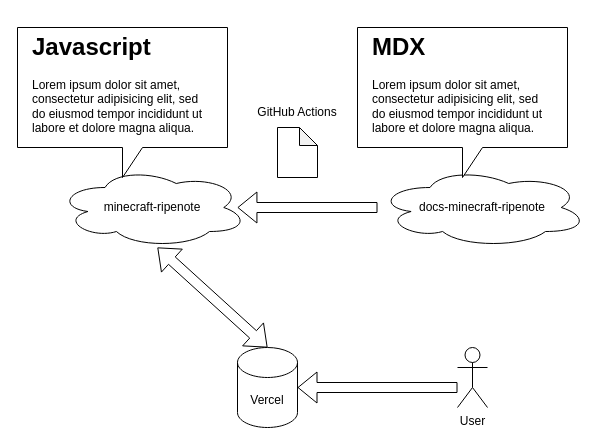
The draw.io diagram Untitled Diagram.drawio in tamagoez/tamagoez, before the edit. Source tidied: cells renumbered, new cells numbered last; positions are measured from the earlier drawing's top-left corner, leaving out a move shared by most shapes. Both pictures are drawn from the tidied source at 100%, with x=0, y=0 at pixel (17, 27).
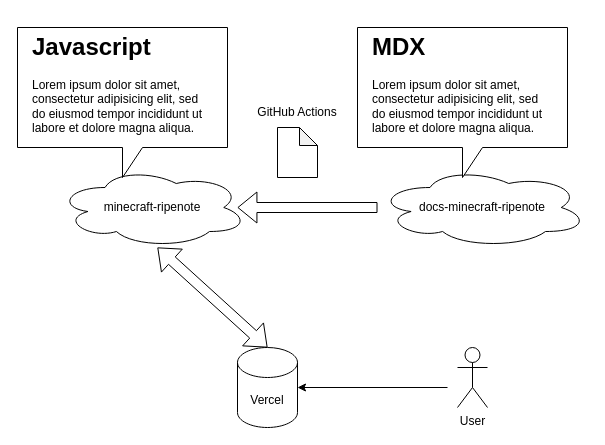
Above is the later version.

Change to the diagram source:
```diff
@@
 <mxGraphModel>
   <root>
     <mxCell id="0" />
     <mxCell id="1" parent="0" />
     <mxCell id="2" value="User" style="shape=umlActor;verticalLabelPosition=bottom;verticalAlign=top;html=1;" parent="1" vertex="1">
       <mxGeometry x="440" y="320" width="30" height="60" as="geometry" />
     </mxCell>
     <mxCell id="3" value="Vercel" style="shape=cylinder3;whiteSpace=wrap;html=1;boundedLbl=1;backgroundOutline=1;size=15;" parent="1" vertex="1">
       <mxGeometry x="220" y="320" width="60" height="80" as="geometry" />
     </mxCell>
-    <mxCell id="4" style="shape=flexArrow;endArrow=classic;html=1;rounded=0;entryX=1;entryY=0.5;entryDx=0;entryDy=0;entryPerimeter=0;" parent="1" edge="1" target="3">
-      <mxGeometry relative="1" as="geometry">
-        <mxPoint x="440" y="360" as="sourcePoint" />
-      </mxGeometry>
-    </mxCell>
     <mxCell id="5" value="minecraft-ripenote" style="ellipse;shape=cloud;whiteSpace=wrap;html=1;" parent="1" vertex="1">
       <mxGeometry x="40" y="140" width="190" height="80" as="geometry" />
     </mxCell>
     <mxCell id="6" value="docs-minecraft-ripenote" style="ellipse;shape=cloud;whiteSpace=wrap;html=1;" parent="1" vertex="1">
       <mxGeometry x="360" y="140" width="210" height="80" as="geometry" />
     </mxCell>
     <mxCell id="7" style="shape=callout;whiteSpace=wrap;html=1;perimeter=calloutPerimeter;verticalAlign=middle;" parent="1" vertex="1">
       <mxGeometry x="340" width="210" height="150" as="geometry" />
     </mxCell>
     <mxCell id="8" value="&lt;h1&gt;MDX&lt;/h1&gt;&lt;p&gt;Lorem ipsum dolor sit amet, consectetur adipisicing elit, sed do eiusmod tempor incididunt ut labore et dolore magna aliqua.&lt;/p&gt;" style="text;html=1;strokeColor=none;fillColor=none;spacing=5;spacingTop=-20;whiteSpace=wrap;overflow=hidden;rounded=0;" parent="1" vertex="1">
       <mxGeometry x="350" width="190" height="120" as="geometry" />
     </mxCell>
     <mxCell id="9" style="shape=flexArrow;endArrow=classic;html=1;rounded=0;entryX=0.947;entryY=0.5;entryDx=0;entryDy=0;entryPerimeter=0;" parent="1" edge="1" target="5">
       <mxGeometry relative="1" as="geometry">
         <mxPoint x="360" y="180" as="sourcePoint" />
       </mxGeometry>
     </mxCell>
     <mxCell id="10" style="shape=note;whiteSpace=wrap;html=1;backgroundOutline=1;darkOpacity=0.05;size=18;" parent="1" vertex="1">
       <mxGeometry x="260" y="100" width="40" height="50" as="geometry" />
     </mxCell>
     <mxCell id="11" value="GitHub Actions" style="text;html=1;strokeColor=none;fillColor=none;align=center;verticalAlign=middle;whiteSpace=wrap;rounded=0;" parent="1" vertex="1">
       <mxGeometry x="220" y="70" width="120" height="30" as="geometry" />
     </mxCell>
     <mxCell id="12" style="shape=flexArrow;endArrow=classic;startArrow=classic;html=1;rounded=0;entryX=0.526;entryY=1;entryDx=0;entryDy=0;entryPerimeter=0;exitX=0.5;exitY=0;exitDx=0;exitDy=0;exitPerimeter=0;" parent="1" edge="1" source="3" target="5">
       <mxGeometry relative="1" as="geometry" />
     </mxCell>
     <mxCell id="13" style="shape=callout;whiteSpace=wrap;html=1;perimeter=calloutPerimeter;verticalAlign=middle;" parent="1" vertex="1">
       <mxGeometry width="210" height="150" as="geometry" />
     </mxCell>
     <mxCell id="14" value="&lt;h1&gt;Javascript&lt;/h1&gt;&lt;p&gt;Lorem ipsum dolor sit amet, consectetur adipisicing elit, sed do eiusmod tempor incididunt ut labore et dolore magna aliqua.&lt;/p&gt;" style="text;html=1;strokeColor=none;fillColor=none;spacing=5;spacingTop=-20;whiteSpace=wrap;overflow=hidden;rounded=0;" parent="1" vertex="1">
       <mxGeometry x="10" width="190" height="120" as="geometry" />
     </mxCell>
+    <mxCell id="15" style="endArrow=classic;html=1;rounded=0;entryX=1;entryY=0.5;entryDx=0;entryDy=0;entryPerimeter=0;" parent="1" edge="1" target="3">
+      <mxGeometry relative="1" as="geometry">
+        <mxPoint x="430" y="360" as="sourcePoint" />
+      </mxGeometry>
+    </mxCell>
   </root>
 </mxGraphModel>
```
